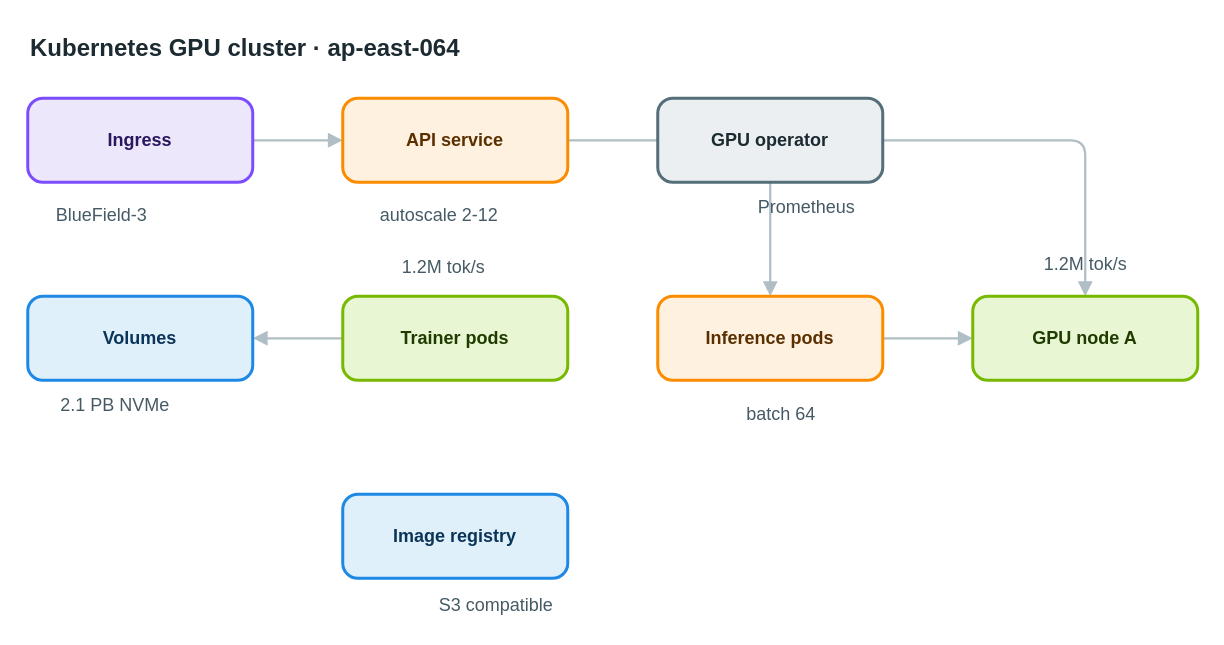
This is apps/web/public/samples/library/064-kubernetes-gpu-cluster.drawio from AryanG01/open-apprentice, a draw.io file, before an edit. Source tidied: cells renumbered, new cells numbered last; positions are measured from the earlier drawing's top-left corner, leaving out a move shared by most shapes. Both pictures are drawn from the tidied source at 150%, with x=0, y=0 at pixel (27, 26).
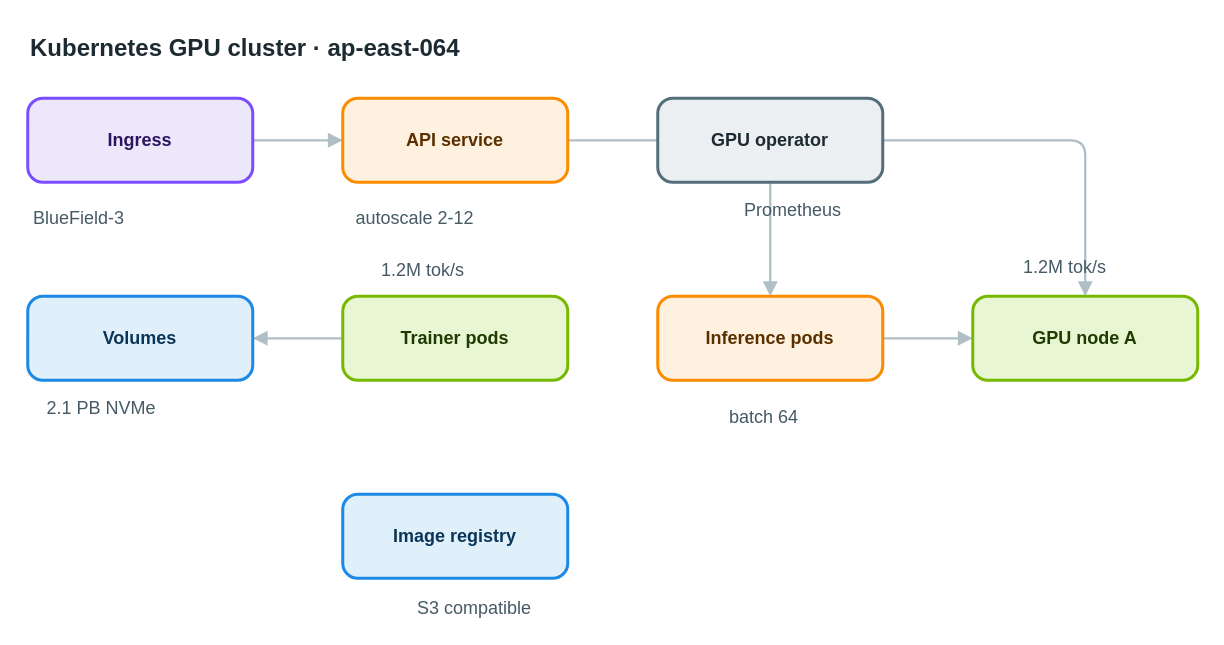
After the change.

What changed in the source:
```diff
@@
-    <mxCell id="16" value="BlueField-3" style="text;html=1;align=center;verticalAlign=middle;whiteSpace=nowrap;strokeColor=none;fillColor=none;fontSize=12;fontColor=#455a64;" parent="1" vertex="1">
+    <mxCell id="16" value="BlueField-3" style="text;html=1;align=left;verticalAlign=top;whiteSpace=nowrap;spacing=0;spacingTop=0;strokeColor=none;fillColor=none;fontSize=12;fontColor=#455a64;" parent="1" vertex="1">
       <mxGeometry x="4" y="116" width="89" height="20" as="geometry" />
     </mxCell>
-    <mxCell id="17" value="autoscale 2-12" style="text;html=1;align=center;verticalAlign=middle;whiteSpace=nowrap;strokeColor=none;fillColor=none;fontSize=12;fontColor=#455a64;" parent="1" vertex="1">
+    <mxCell id="17" value="autoscale 2-12" style="text;html=1;align=left;verticalAlign=top;whiteSpace=nowrap;spacing=0;spacingTop=0;strokeColor=none;fillColor=none;fontSize=12;fontColor=#455a64;" parent="1" vertex="1">
       <mxGeometry x="219" y="116" width="110" height="20" as="geometry" />
     </mxCell>
-    <mxCell id="18" value="Prometheus" style="text;html=1;align=center;verticalAlign=middle;whiteSpace=nowrap;strokeColor=none;fillColor=none;fontSize=12;fontColor=#455a64;" parent="1" vertex="1">
+    <mxCell id="18" value="Prometheus" style="text;html=1;align=left;verticalAlign=top;whiteSpace=nowrap;spacing=0;spacingTop=0;strokeColor=none;fillColor=none;fontSize=12;fontColor=#455a64;" parent="1" vertex="1">
       <mxGeometry x="478" y="111" width="82" height="20" as="geometry" />
     </mxCell>
-    <mxCell id="19" value="1.2M tok/s" style="text;html=1;align=center;verticalAlign=middle;whiteSpace=nowrap;strokeColor=none;fillColor=none;fontSize=12;fontColor=#455a64;" parent="1" vertex="1">
+    <mxCell id="19" value="1.2M tok/s" style="text;html=1;align=left;verticalAlign=top;whiteSpace=nowrap;spacing=0;spacingTop=0;strokeColor=none;fillColor=none;fontSize=12;fontColor=#455a64;" parent="1" vertex="1">
       <mxGeometry x="236" y="151" width="82" height="20" as="geometry" />
     </mxCell>
-    <mxCell id="20" value="batch 64" style="text;html=1;align=center;verticalAlign=middle;whiteSpace=nowrap;strokeColor=none;fillColor=none;fontSize=12;fontColor=#455a64;" parent="1" vertex="1">
+    <mxCell id="20" value="batch 64" style="text;html=1;align=left;verticalAlign=top;whiteSpace=nowrap;spacing=0;spacingTop=0;strokeColor=none;fillColor=none;fontSize=12;fontColor=#455a64;" parent="1" vertex="1">
       <mxGeometry x="468" y="249" width="68" height="20" as="geometry" />
     </mxCell>
-    <mxCell id="21" value="1.2M tok/s" style="text;html=1;align=center;verticalAlign=middle;whiteSpace=nowrap;strokeColor=none;fillColor=none;fontSize=12;fontColor=#455a64;" parent="1" vertex="1">
+    <mxCell id="21" value="1.2M tok/s" style="text;html=1;align=left;verticalAlign=top;whiteSpace=nowrap;spacing=0;spacingTop=0;strokeColor=none;fillColor=none;fontSize=12;fontColor=#455a64;" parent="1" vertex="1">
       <mxGeometry x="664" y="149" width="82" height="20" as="geometry" />
     </mxCell>
-    <mxCell id="22" value="2.1 PB NVMe" style="text;html=1;align=center;verticalAlign=middle;whiteSpace=nowrap;strokeColor=none;fillColor=none;fontSize=12;fontColor=#455a64;" parent="1" vertex="1">
+    <mxCell id="22" value="2.1 PB NVMe" style="text;html=1;align=left;verticalAlign=top;whiteSpace=nowrap;spacing=0;spacingTop=0;strokeColor=none;fillColor=none;fontSize=12;fontColor=#455a64;" parent="1" vertex="1">
       <mxGeometry x="13" y="243" width="89" height="20" as="geometry" />
     </mxCell>
-    <mxCell id="23" value="S3 compatible" style="text;html=1;align=center;verticalAlign=middle;whiteSpace=nowrap;strokeColor=none;fillColor=none;fontSize=12;fontColor=#455a64;" parent="1" vertex="1">
+    <mxCell id="23" value="S3 compatible" style="text;html=1;align=left;verticalAlign=top;whiteSpace=nowrap;spacing=0;spacingTop=0;strokeColor=none;fillColor=none;fontSize=12;fontColor=#455a64;" parent="1" vertex="1">
       <mxGeometry x="260" y="376" width="103" height="20" as="geometry" />
     </mxCell>
```
